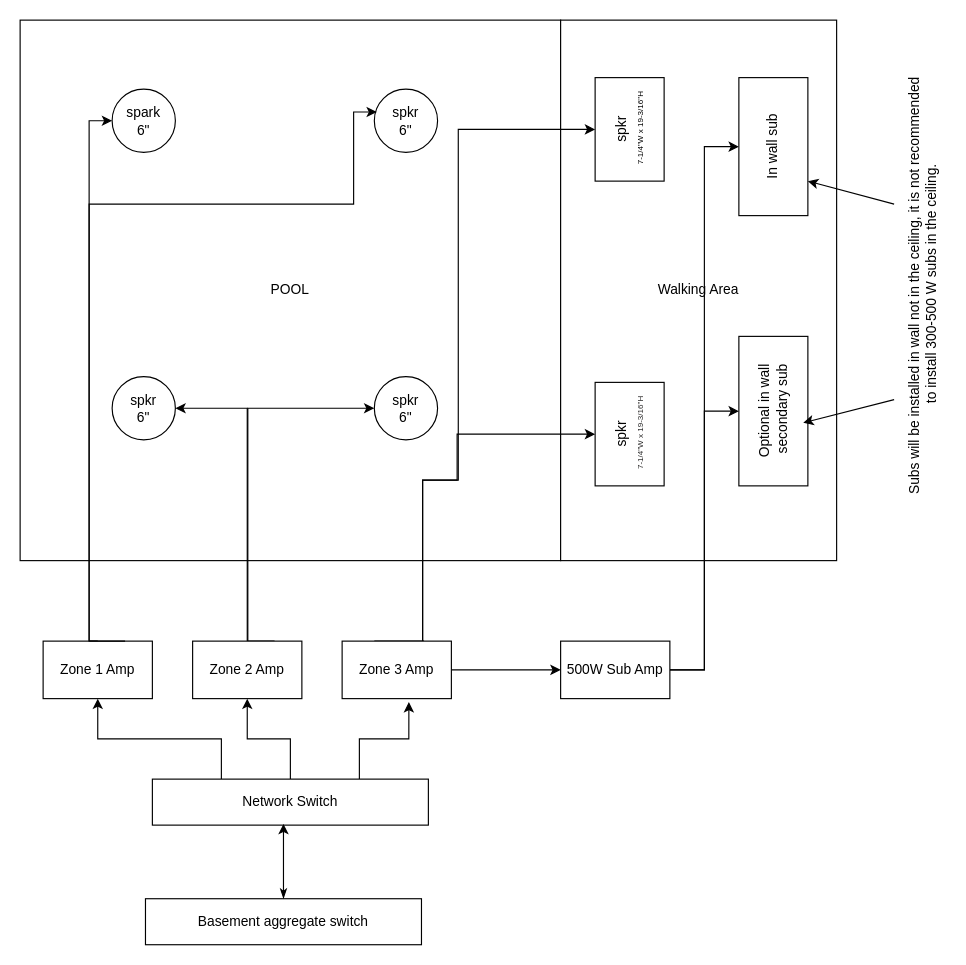
Above: Untitled Diagram.drawio in Pzharyuk/draw_io_diagrams (draw.io), before the change. Source tidied: cells renumbered, new cells numbered last; positions are measured from the earlier drawing's top-left corner, leaving out a move shared by most shapes. Both pictures are drawn from the tidied source at 115%, with x=0, y=0 at pixel (20, 20).
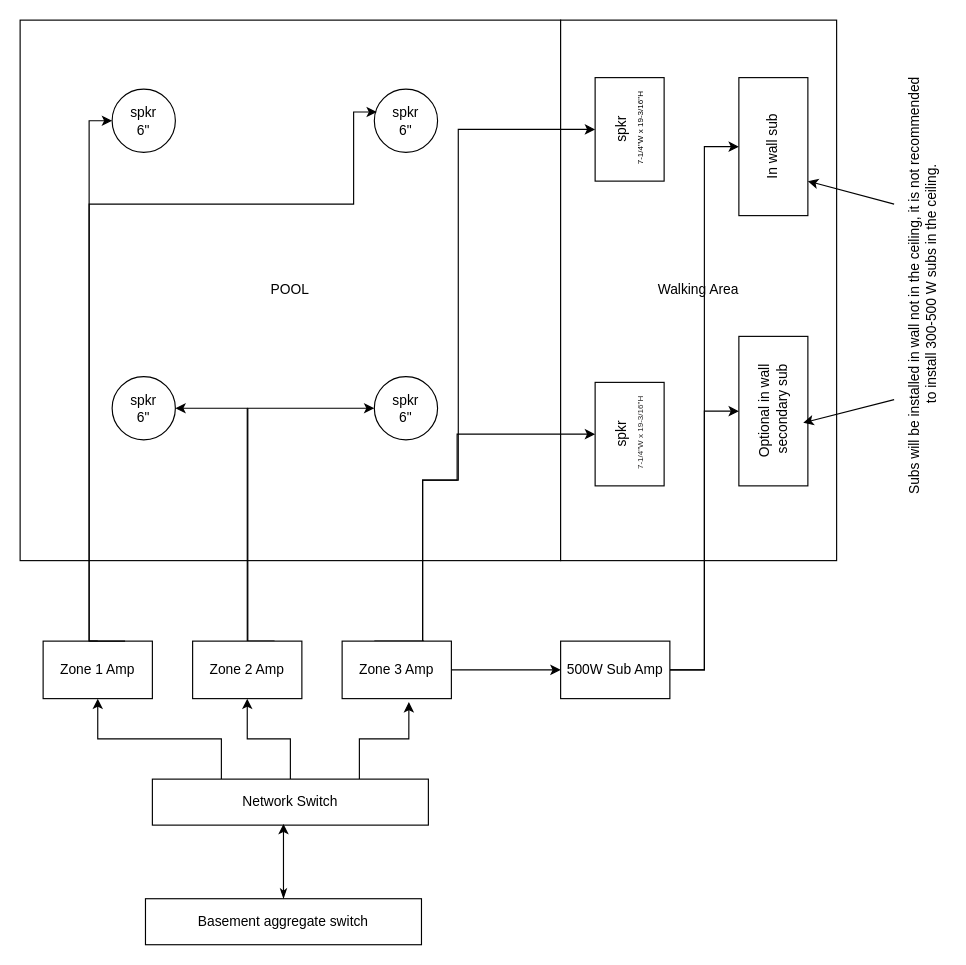
Above is the later version.

The edit, as a diff of the source:
```diff
@@
-    <mxCell id="6" value="spark&lt;div&gt;6&quot;&lt;/div&gt;" style="ellipse;whiteSpace=wrap;html=1;" parent="1" vertex="1">
+    <mxCell id="6" value="spkr&lt;div&gt;&lt;div&gt;6&quot;&lt;/div&gt;&lt;/div&gt;" style="ellipse;whiteSpace=wrap;html=1;" parent="1" vertex="1">
       <mxGeometry x="80" y="60" width="55" height="55" as="geometry" />
     </mxCell>
```
